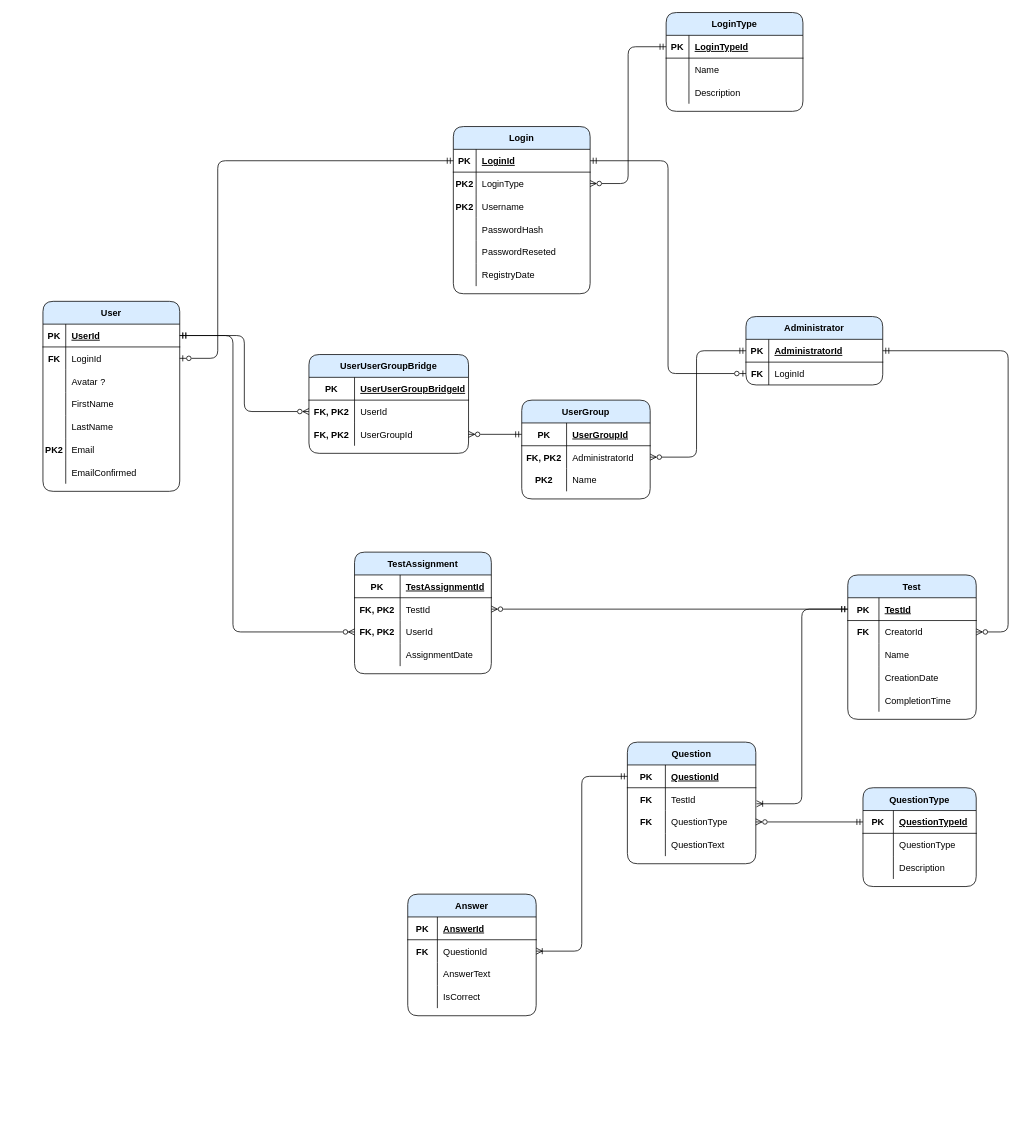
This is Database/Diagrams/TestPointERD.drawio from denleo/TestPoint, a draw.io file, before an edit. Source tidied: cells renumbered, new cells numbered last; positions are measured from the earlier drawing's top-left corner, leaving out a move shared by most shapes. Both pictures are drawn from the tidied source at 76%, with x=0, y=0 at pixel (43, 12).
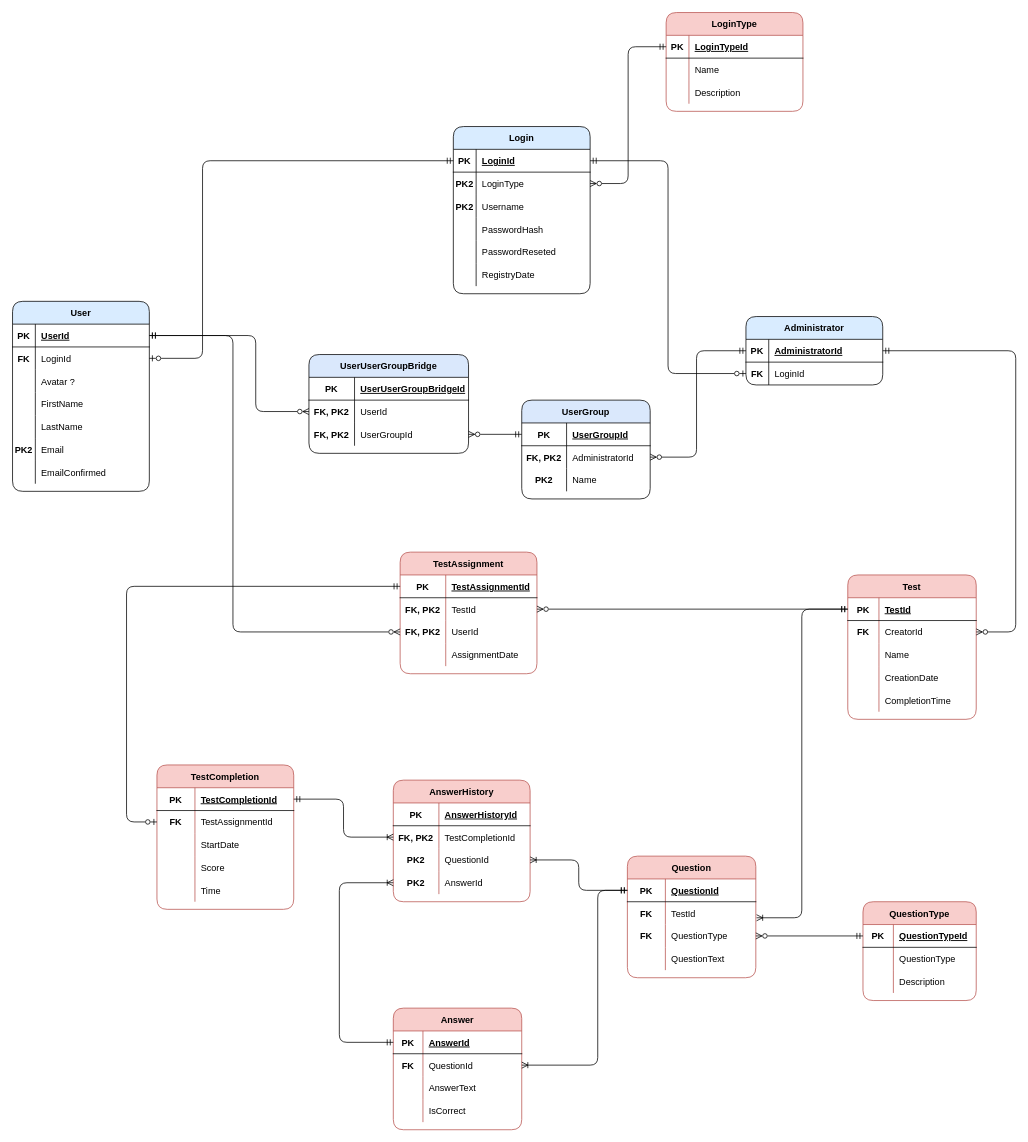
The same diagram, later.

The change refers to these unchanged cells:
```xml
<mxCell id="3" style="shape=tableRow;horizontal=0;startSize=0;swimlaneHead=0;swimlaneBody=0;fillColor=none;points=[[0,0.5],[1,0.5]];portConstraint=eastwest;top=0;left=0;right=0;bottom=1;" parent="2" vertex="1">
  <mxGeometry y="30" width="180" height="30" as="geometry" />
</mxCell>
<mxCell id="22" style="shape=tableRow;horizontal=0;startSize=0;swimlaneHead=0;swimlaneBody=0;fillColor=none;points=[[0,0.5],[1,0.5]];portConstraint=eastwest;top=0;left=0;right=0;bottom=1;" parent="21" vertex="1">
  <mxGeometry y="30" width="180" height="30" as="geometry" />
</mxCell>
<mxCell id="25" style="shape=tableRow;horizontal=0;startSize=0;swimlaneHead=0;swimlaneBody=0;fillColor=none;points=[[0,0.5],[1,0.5]];portConstraint=eastwest;top=0;left=0;right=0;bottom=0;" parent="21" vertex="1">
  <mxGeometry y="60" width="180" height="30" as="geometry" />
</mxCell>
<mxCell id="59" style="shape=tableRow;horizontal=0;startSize=0;swimlaneHead=0;swimlaneBody=0;fillColor=none;points=[[0,0.5],[1,0.5]];portConstraint=eastwest;top=0;left=0;right=0;bottom=0;" parent="55" vertex="1">
  <mxGeometry y="60" width="210" height="30" as="geometry" />
</mxCell>
<mxCell id="68" style="shape=tableRow;horizontal=0;startSize=0;swimlaneHead=0;swimlaneBody=0;fillColor=none;points=[[0,0.5],[1,0.5]];portConstraint=eastwest;top=0;left=0;right=0;bottom=1;" parent="67" vertex="1">
  <mxGeometry y="30" width="180" height="30" as="geometry" />
</mxCell>
<mxCell id="90" style="shape=tableRow;horizontal=0;startSize=0;swimlaneHead=0;swimlaneBody=0;fillColor=none;points=[[0,0.5],[1,0.5]];portConstraint=eastwest;top=0;left=0;right=0;bottom=0;" parent="86" vertex="1">
  <mxGeometry y="60" width="169" height="30" as="geometry" />
</mxCell>
<mxCell id="104" style="shape=tableRow;horizontal=0;startSize=0;swimlaneHead=0;swimlaneBody=0;fillColor=none;points=[[0,0.5],[1,0.5]];portConstraint=eastwest;top=0;left=0;right=0;bottom=1;" parent="103" vertex="1">
  <mxGeometry y="30" width="169" height="30" as="geometry" />
</mxCell>
<mxCell id="129" style="shape=tableRow;horizontal=0;startSize=0;swimlaneHead=0;swimlaneBody=0;fillColor=none;points=[[0,0.5],[1,0.5]];portConstraint=eastwest;top=0;left=0;right=0;bottom=1;" parent="128" vertex="1">
  <mxGeometry y="30" width="169" height="30" as="geometry" />
</mxCell>
<mxCell id="132" style="shape=tableRow;horizontal=0;startSize=0;swimlaneHead=0;swimlaneBody=0;fillColor=none;points=[[0,0.5],[1,0.5]];portConstraint=eastwest;top=0;left=0;right=0;bottom=0;" parent="128" vertex="1">
  <mxGeometry y="60" width="169" height="30" as="geometry" />
</mxCell>
<mxCell id="143" style="shape=tableRow;horizontal=0;startSize=0;swimlaneHead=0;swimlaneBody=0;fillColor=none;points=[[0,0.5],[1,0.5]];portConstraint=eastwest;top=0;left=0;right=0;bottom=1;" parent="142" vertex="1">
  <mxGeometry y="30" width="180" height="30" as="geometry" />
</mxCell>
```

What changed in the source:
```diff
@@
     <mxCell id="21" value="User" style="shape=table;startSize=30;childLayout=tableLayout;rowLines=0;fontStyle=1;align=center;fillStyle=solid;fillColor=#D9ECFF;rounded=1;" parent="1" vertex="1">
-      <mxGeometry y="380" width="180" height="250" as="geometry" />
+      <mxGeometry x="-40" y="380" width="180" height="250" as="geometry" />
     </mxCell>
@@
     <mxCell id="43" style="edgeStyle=orthogonalEdgeStyle;fontSize=12;html=1;endArrow=ERmandOne;startArrow=ERzeroToOne;rounded=1;exitX=1;exitY=0.5;exitDx=0;exitDy=0;endFill=0;startFill=0;entryX=0;entryY=0.5;entryDx=0;entryDy=0;" parent="1" edge="1" source="25" target="3">
       <mxGeometry relative="1" as="geometry">
         <Array as="points">
-          <mxPoint x="230" y="455" />
-          <mxPoint x="230" y="195" />
+          <mxPoint x="210" y="455" />
+          <mxPoint x="210" y="195" />
         </Array>
       </mxGeometry>
     </mxCell>
-    <mxCell id="44" value="UserGroup" style="shape=table;startSize=30;childLayout=tableLayout;rowLines=0;fontStyle=1;align=center;fillStyle=solid;fillColor=#D9ECFF;rounded=1;" parent="1" vertex="1">
+    <mxCell id="44" value="UserGroup" style="shape=table;startSize=30;childLayout=tableLayout;rowLines=0;fontStyle=1;align=center;fillStyle=solid;fillColor=#dae8fc;rounded=1;strokeColor=#000000;" parent="1" vertex="1">
       <mxGeometry x="630" y="510" width="169" height="130" as="geometry" />
     </mxCell>
@@
-    <mxCell id="55" value="UserUserGroupBridge" style="shape=table;startSize=30;childLayout=tableLayout;rowLines=0;fontStyle=1;align=center;fillStyle=solid;fillColor=#D9ECFF;rounded=1;" parent="1" vertex="1">
+    <mxCell id="55" value="UserUserGroupBridge" style="shape=table;startSize=30;childLayout=tableLayout;rowLines=0;fontStyle=1;align=center;fillStyle=solid;fillColor=#dae8fc;rounded=1;strokeColor=#000000;" parent="1" vertex="1">
       <mxGeometry x="350" y="450" width="210" height="130" as="geometry" />
     </mxCell>
@@
     <mxCell id="66" style="edgeStyle=orthogonalEdgeStyle;fontSize=12;html=1;endArrow=ERmandOne;startArrow=ERzeroToMany;rounded=1;startFill=0;exitX=0;exitY=0.5;exitDx=0;exitDy=0;" parent="1" edge="1" source="59" target="22">
-      <mxGeometry relative="1" as="geometry" />
+      <mxGeometry relative="1" as="geometry">
+        <Array as="points">
+          <mxPoint x="280" y="525" />
+          <mxPoint x="280" y="425" />
+        </Array>
+      </mxGeometry>
     </mxCell>
@@
-    <mxCell id="75" value="LoginType" style="shape=table;startSize=30;childLayout=tableLayout;rowLines=0;fontStyle=1;align=center;fillStyle=solid;fillColor=#D9ECFF;rounded=1;" parent="1" vertex="1">
+    <mxCell id="75" value="LoginType" style="shape=table;startSize=30;childLayout=tableLayout;rowLines=0;fontStyle=1;align=center;fillStyle=solid;fillColor=#f8cecc;rounded=1;strokeColor=#b85450;" parent="1" vertex="1">
       <mxGeometry x="820" width="180" height="130" as="geometry" />
     </mxCell>
@@
-    <mxCell id="86" value="Test" style="shape=table;startSize=30;childLayout=tableLayout;rowLines=0;fontStyle=1;align=center;fillStyle=solid;fillColor=#D9ECFF;rounded=1;" parent="1" vertex="1">
+    <mxCell id="86" value="Test" style="shape=table;startSize=30;childLayout=tableLayout;rowLines=0;fontStyle=1;align=center;fillStyle=solid;fillColor=#f8cecc;rounded=1;strokeColor=#b85450;" parent="1" vertex="1">
       <mxGeometry x="1059" y="740" width="169" height="190" as="geometry" />
     </mxCell>
@@
     <mxCell id="102" style="edgeStyle=orthogonalEdgeStyle;fontSize=12;html=1;endArrow=ERzeroToMany;startArrow=ERmandOne;rounded=1;endFill=0;exitX=1;exitY=0.5;exitDx=0;exitDy=0;entryX=1;entryY=0.5;entryDx=0;entryDy=0;" parent="1" edge="1" source="68" target="90">
       <mxGeometry relative="1" as="geometry">
         <Array as="points">
-          <mxPoint x="1270" y="445" />
-          <mxPoint x="1270" y="815" />
+          <mxPoint x="1280" y="445" />
+          <mxPoint x="1280" y="815" />
         </Array>
       </mxGeometry>
     </mxCell>
-    <mxCell id="103" value="Question" style="shape=table;startSize=30;childLayout=tableLayout;rowLines=0;fontStyle=1;align=center;fillStyle=solid;fillColor=#D9ECFF;rounded=1;" parent="1" vertex="1">
-      <mxGeometry x="769" y="960" width="169" height="160" as="geometry" />
+    <mxCell id="103" value="Question" style="shape=table;startSize=30;childLayout=tableLayout;rowLines=0;fontStyle=1;align=center;fillStyle=solid;fillColor=#f8cecc;rounded=1;strokeColor=#b85450;" parent="1" vertex="1">
+      <mxGeometry x="769" y="1110" width="169" height="160" as="geometry" />
     </mxCell>
@@
-    <mxCell id="117" value="QuestionType" style="shape=table;startSize=30;childLayout=tableLayout;rowLines=0;fontStyle=1;align=center;fillStyle=solid;fillColor=#D9ECFF;rounded=1;" parent="1" vertex="1">
-      <mxGeometry x="1079" y="1020" width="149" height="130" as="geometry" />
+    <mxCell id="117" value="QuestionType" style="shape=table;startSize=30;childLayout=tableLayout;rowLines=0;fontStyle=1;align=center;fillStyle=solid;fillColor=#f8cecc;rounded=1;strokeColor=#b85450;" parent="1" vertex="1">
+      <mxGeometry x="1079" y="1170" width="149" height="130" as="geometry" />
     </mxCell>
@@
-    <mxCell id="128" value="Answer" style="shape=table;startSize=30;childLayout=tableLayout;rowLines=0;fontStyle=1;align=center;fillStyle=solid;fillColor=#D9ECFF;rounded=1;" parent="1" vertex="1">
-      <mxGeometry x="480" y="1160" width="169" height="160" as="geometry" />
+    <mxCell id="128" value="Answer" style="shape=table;startSize=30;childLayout=tableLayout;rowLines=0;fontStyle=1;align=center;fillStyle=solid;fillColor=#f8cecc;rounded=1;strokeColor=#b85450;" parent="1" vertex="1">
+      <mxGeometry x="461" y="1310" width="169" height="160" as="geometry" />
     </mxCell>
@@
     <mxCell id="141" style="edgeStyle=orthogonalEdgeStyle;rounded=1;jettySize=auto;html=1;entryX=0;entryY=0.5;entryDx=0;entryDy=0;startArrow=ERoneToMany;startFill=0;endArrow=ERmandOne;endFill=0;exitX=1;exitY=0.5;exitDx=0;exitDy=0;" parent="1" edge="1" source="132" target="104">
-      <mxGeometry relative="1" as="geometry" />
+      <mxGeometry relative="1" as="geometry">
+        <Array as="points">
+          <mxPoint x="730" y="1385" />
+          <mxPoint x="730" y="1155" />
+        </Array>
+      </mxGeometry>
     </mxCell>
-    <mxCell id="142" value="TestAssignment" style="shape=table;startSize=30;childLayout=tableLayout;rowLines=0;fontStyle=1;align=center;fillStyle=solid;fillColor=#D9ECFF;rounded=1;" parent="1" vertex="1">
-      <mxGeometry x="410" y="710" width="180" height="160" as="geometry" />
+    <mxCell id="142" value="TestAssignment" style="shape=table;startSize=30;childLayout=tableLayout;rowLines=0;fontStyle=1;align=center;fillStyle=solid;fillColor=#f8cecc;rounded=1;strokeColor=#b85450;" parent="1" vertex="1">
+      <mxGeometry x="470" y="710" width="180" height="160" as="geometry" />
     </mxCell>
@@
+    <mxCell id="157" value="TestCompletion" style="shape=table;startSize=30;childLayout=tableLayout;rowLines=0;fontStyle=1;align=center;fillStyle=solid;fillColor=#f8cecc;rounded=1;strokeColor=#b85450;" parent="1" vertex="1">
+      <mxGeometry x="150" y="990" width="180" height="190" as="geometry" />
+    </mxCell>
+    <mxCell id="158" style="shape=tableRow;horizontal=0;startSize=0;swimlaneHead=0;swimlaneBody=0;fillColor=none;points=[[0,0.5],[1,0.5]];portConstraint=eastwest;top=0;left=0;right=0;bottom=1;" parent="157" vertex="1">
+      <mxGeometry y="30" width="180" height="30" as="geometry" />
+    </mxCell>
+    <mxCell id="159" value="PK" style="shape=partialRectangle;fillColor=none;top=0;left=0;bottom=0;right=0;fontStyle=1;overflow=hidden;" parent="158" vertex="1">
+      <mxGeometry width="50" height="30" as="geometry" />
+    </mxCell>
+    <mxCell id="160" value="TestCompletionId" style="shape=partialRectangle;fillColor=none;top=0;left=0;bottom=0;right=0;align=left;spacingLeft=6;fontStyle=5;overflow=hidden;" parent="158" vertex="1">
+      <mxGeometry x="50" width="130" height="30" as="geometry" />
+    </mxCell>
+    <mxCell id="161" style="shape=tableRow;horizontal=0;startSize=0;swimlaneHead=0;swimlaneBody=0;fillColor=none;points=[[0,0.5],[1,0.5]];portConstraint=eastwest;top=0;left=0;right=0;bottom=0;" parent="157" vertex="1">
+      <mxGeometry y="60" width="180" height="30" as="geometry" />
+    </mxCell>
+    <mxCell id="162" value="FK" style="shape=partialRectangle;fillColor=none;top=0;left=0;bottom=0;right=0;overflow=hidden;fontStyle=1;" parent="161" vertex="1">
+      <mxGeometry width="50" height="30" as="geometry" />
+    </mxCell>
+    <mxCell id="163" value="TestAssignmentId" style="shape=partialRectangle;fillColor=none;top=0;left=0;bottom=0;right=0;align=left;spacingLeft=6;overflow=hidden;" parent="161" vertex="1">
+      <mxGeometry x="50" width="130" height="30" as="geometry" />
+    </mxCell>
+    <mxCell id="164" style="shape=tableRow;horizontal=0;startSize=0;swimlaneHead=0;swimlaneBody=0;fillColor=none;top=0;left=0;right=0;bottom=0;" parent="157" vertex="1">
+      <mxGeometry y="90" width="180" height="30" as="geometry" />
+    </mxCell>
+    <mxCell id="165" style="shape=partialRectangle;fillColor=none;top=0;left=0;bottom=0;right=0;overflow=hidden;fontStyle=1;" parent="164" vertex="1">
+      <mxGeometry width="50" height="30" as="geometry" />
+    </mxCell>
+    <mxCell id="166" value="StartDate" style="shape=partialRectangle;fillColor=none;top=0;left=0;bottom=0;right=0;align=left;spacingLeft=6;overflow=hidden;" parent="164" vertex="1">
+      <mxGeometry x="50" width="130" height="30" as="geometry" />
+    </mxCell>
+    <mxCell id="167" style="shape=tableRow;horizontal=0;startSize=0;swimlaneHead=0;swimlaneBody=0;fillColor=none;top=0;left=0;right=0;bottom=0;" parent="157" vertex="1">
+      <mxGeometry y="120" width="180" height="30" as="geometry" />
+    </mxCell>
+    <mxCell id="168" style="shape=partialRectangle;fillColor=none;top=0;left=0;bottom=0;right=0;overflow=hidden;fontStyle=1;" parent="167" vertex="1">
+      <mxGeometry width="50" height="30" as="geometry" />
+    </mxCell>
+    <mxCell id="169" value="Score" style="shape=partialRectangle;fillColor=none;top=0;left=0;bottom=0;right=0;align=left;spacingLeft=6;overflow=hidden;" parent="167" vertex="1">
+      <mxGeometry x="50" width="130" height="30" as="geometry" />
+    </mxCell>
+    <mxCell id="170" style="shape=tableRow;horizontal=0;startSize=0;swimlaneHead=0;swimlaneBody=0;fillColor=none;top=0;left=0;right=0;bottom=0;" parent="157" vertex="1">
+      <mxGeometry y="150" width="180" height="30" as="geometry" />
+    </mxCell>
+    <mxCell id="171" style="shape=partialRectangle;fillColor=none;top=0;left=0;bottom=0;right=0;overflow=hidden;fontStyle=1;" parent="170" vertex="1">
+      <mxGeometry width="50" height="30" as="geometry" />
+    </mxCell>
+    <mxCell id="172" value="Time" style="shape=partialRectangle;fillColor=none;top=0;left=0;bottom=0;right=0;align=left;spacingLeft=6;overflow=hidden;" parent="170" vertex="1">
+      <mxGeometry x="50" width="130" height="30" as="geometry" />
+    </mxCell>
+    <mxCell id="173" style="edgeStyle=orthogonalEdgeStyle;jettySize=auto;html=1;entryX=0;entryY=0.5;entryDx=0;entryDy=0;exitX=0;exitY=0.5;exitDx=0;exitDy=0;startArrow=ERzeroToOne;startFill=0;endArrow=ERmandOne;endFill=0;rounded=1;" parent="1" edge="1" source="161" target="143">
+      <mxGeometry relative="1" as="geometry">
+        <Array as="points">
+          <mxPoint x="110" y="1065" />
+          <mxPoint x="110" y="755" />
+        </Array>
+      </mxGeometry>
+    </mxCell>
+    <mxCell id="174" value="AnswerHistory" style="shape=table;startSize=30;childLayout=tableLayout;rowLines=0;fontStyle=1;align=center;fillStyle=solid;fillColor=#f8cecc;rounded=1;strokeColor=#b85450;" parent="1" vertex="1">
+      <mxGeometry x="461" y="1010" width="180" height="160" as="geometry" />
+    </mxCell>
+    <mxCell id="175" style="shape=tableRow;horizontal=0;startSize=0;swimlaneHead=0;swimlaneBody=0;fillColor=none;top=0;left=0;right=0;bottom=1;" parent="174" vertex="1">
+      <mxGeometry y="30" width="180" height="30" as="geometry" />
+    </mxCell>
+    <mxCell id="176" value="PK" style="shape=partialRectangle;fillColor=none;top=0;left=0;bottom=0;right=0;fontStyle=1;overflow=hidden;" parent="175" vertex="1">
+      <mxGeometry width="60" height="30" as="geometry" />
+    </mxCell>
+    <mxCell id="177" value="AnswerHistoryId" style="shape=partialRectangle;fillColor=none;top=0;left=0;bottom=0;right=0;align=left;spacingLeft=6;fontStyle=5;overflow=hidden;" parent="175" vertex="1">
+      <mxGeometry x="60" width="120" height="30" as="geometry" />
+    </mxCell>
+    <mxCell id="178" style="shape=tableRow;horizontal=0;startSize=0;swimlaneHead=0;swimlaneBody=0;fillColor=none;points=[[0,0.5],[1,0.5]];portConstraint=eastwest;top=0;left=0;right=0;bottom=0;" parent="174" vertex="1">
+      <mxGeometry y="60" width="180" height="30" as="geometry" />
+    </mxCell>
+    <mxCell id="179" value="FK, PK2" style="shape=partialRectangle;fillColor=none;top=0;left=0;bottom=0;right=0;overflow=hidden;fontStyle=1;" parent="178" vertex="1">
+      <mxGeometry width="60" height="30" as="geometry" />
+    </mxCell>
+    <mxCell id="180" value="TestCompletionId" style="shape=partialRectangle;fillColor=none;top=0;left=0;bottom=0;right=0;align=left;spacingLeft=6;overflow=hidden;" parent="178" vertex="1">
+      <mxGeometry x="60" width="120" height="30" as="geometry" />
+    </mxCell>
+    <mxCell id="181" style="shape=tableRow;horizontal=0;startSize=0;swimlaneHead=0;swimlaneBody=0;fillColor=none;points=[[0,0.5],[1,0.5]];portConstraint=eastwest;top=0;left=0;right=0;bottom=0;" parent="174" vertex="1">
+      <mxGeometry y="90" width="180" height="30" as="geometry" />
+    </mxCell>
+    <mxCell id="182" value="PK2" style="shape=partialRectangle;fillColor=none;top=0;left=0;bottom=0;right=0;overflow=hidden;fontStyle=1;" parent="181" vertex="1">
+      <mxGeometry width="60" height="30" as="geometry" />
+    </mxCell>
+    <mxCell id="183" value="QuestionId" style="shape=partialRectangle;fillColor=none;top=0;left=0;bottom=0;right=0;align=left;spacingLeft=6;overflow=hidden;" parent="181" vertex="1">
+      <mxGeometry x="60" width="120" height="30" as="geometry" />
+    </mxCell>
+    <mxCell id="184" style="shape=tableRow;horizontal=0;startSize=0;swimlaneHead=0;swimlaneBody=0;fillColor=none;points=[[0,0.5],[1,0.5]];portConstraint=eastwest;top=0;left=0;right=0;bottom=0;" parent="174" vertex="1">
+      <mxGeometry y="120" width="180" height="30" as="geometry" />
+    </mxCell>
+    <mxCell id="185" value="PK2" style="shape=partialRectangle;fillColor=none;top=0;left=0;bottom=0;right=0;overflow=hidden;fontStyle=1;" parent="184" vertex="1">
+      <mxGeometry width="60" height="30" as="geometry" />
+    </mxCell>
+    <mxCell id="186" value="AnswerId" style="shape=partialRectangle;fillColor=none;top=0;left=0;bottom=0;right=0;align=left;spacingLeft=6;overflow=hidden;" parent="184" vertex="1">
+      <mxGeometry x="60" width="120" height="30" as="geometry" />
+    </mxCell>
+    <mxCell id="187" style="edgeStyle=orthogonalEdgeStyle;rounded=1;jettySize=auto;html=1;entryX=1;entryY=0.5;entryDx=0;entryDy=0;startArrow=ERoneToMany;startFill=0;endArrow=ERmandOne;endFill=0;" parent="1" edge="1" source="178" target="158">
+      <mxGeometry relative="1" as="geometry" />
+    </mxCell>
+    <mxCell id="188" style="edgeStyle=orthogonalEdgeStyle;rounded=1;jettySize=auto;html=1;entryX=0;entryY=0.5;entryDx=0;entryDy=0;startArrow=ERoneToMany;startFill=0;endArrow=ERmandOne;endFill=0;" parent="1" edge="1" source="181" target="104">
+      <mxGeometry relative="1" as="geometry" />
+    </mxCell>
+    <mxCell id="189" style="edgeStyle=orthogonalEdgeStyle;rounded=1;jettySize=auto;html=1;entryX=0;entryY=0.5;entryDx=0;entryDy=0;startArrow=ERoneToMany;startFill=0;endArrow=ERmandOne;endFill=0;exitX=0;exitY=0.5;exitDx=0;exitDy=0;" parent="1" edge="1" source="184" target="129">
+      <mxGeometry relative="1" as="geometry">
+        <Array as="points">
+          <mxPoint x="390" y="1145" />
+          <mxPoint x="390" y="1355" />
+        </Array>
+      </mxGeometry>
+    </mxCell>
```
